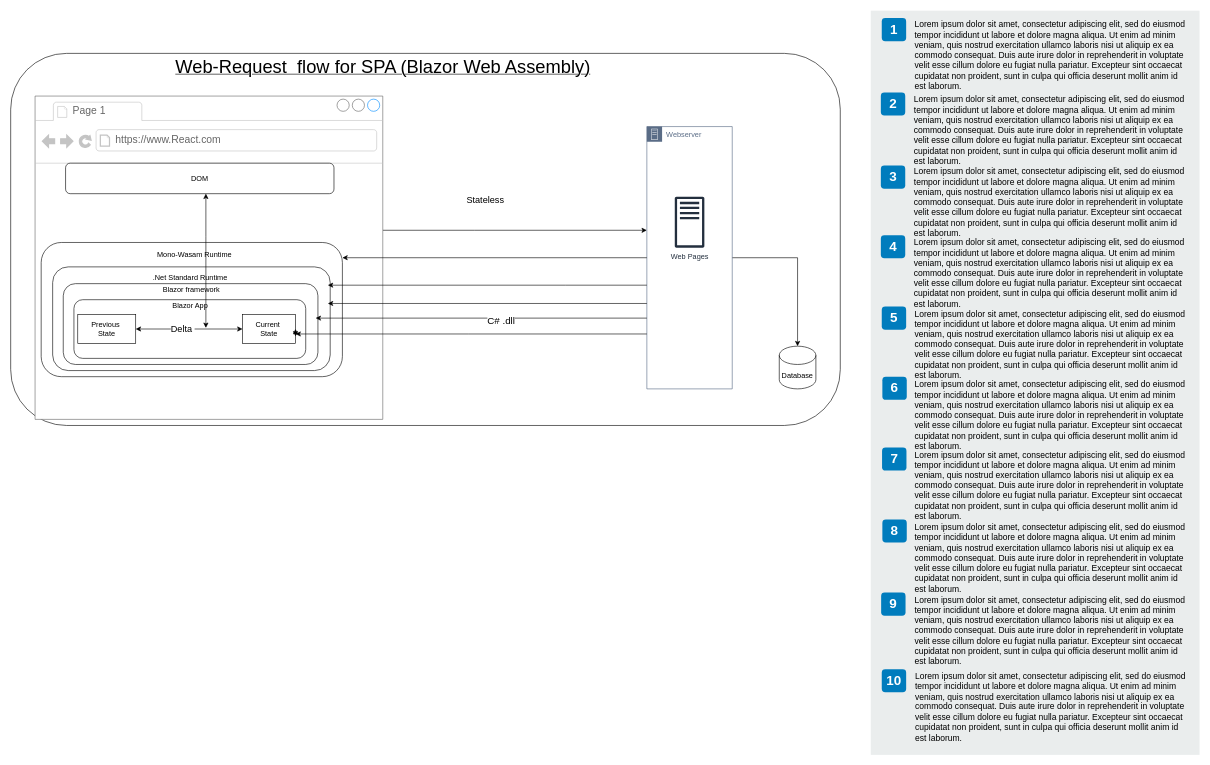
Before: page "Blazor -WASM" (3 of 4) of Untitled Diagram.drawio in KollaRajesh/AzTech-Blazor, a draw.io diagram. Source tidied: cells renumbered, new cells numbered last; positions are measured from the earlier drawing's top-left corner, leaving out a move shared by most shapes. Both pictures are drawn from the tidied source at 61%, with x=0, y=0 at pixel (10, 10).
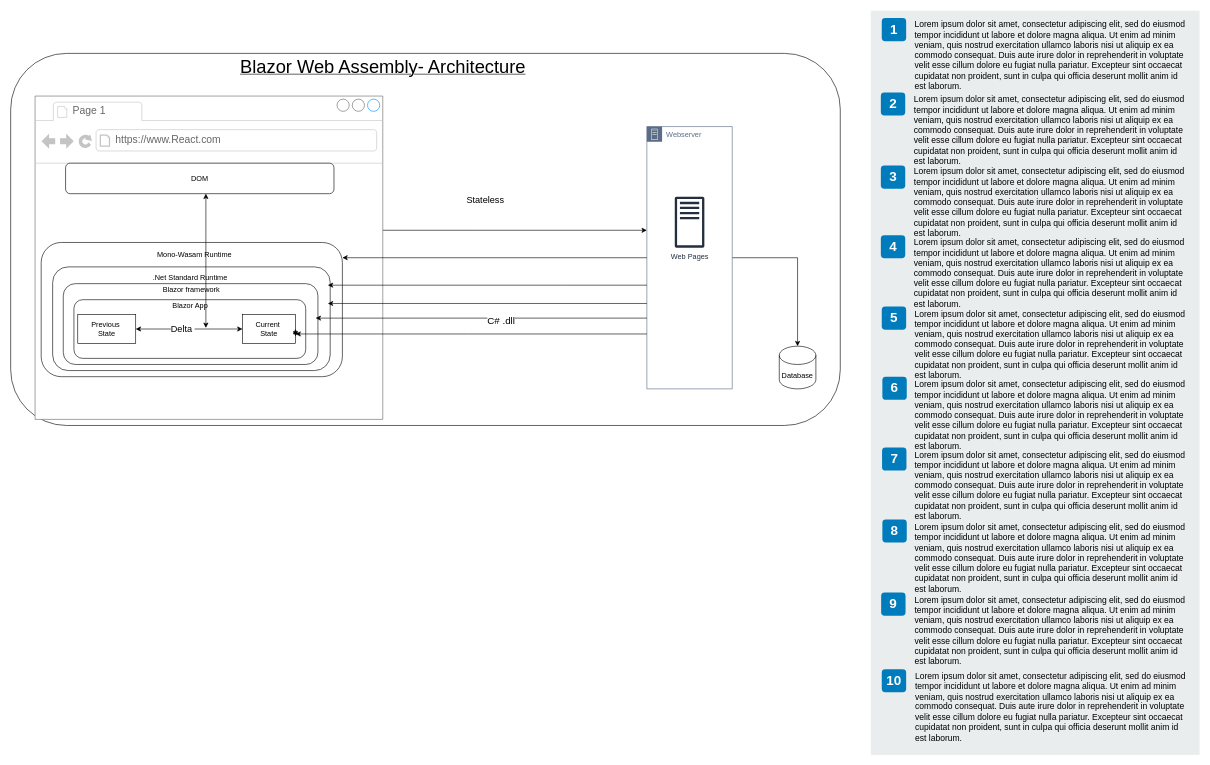
The same diagram, later.

What changed in the source:
```diff
@@
-    <mxCell id="6" value="&lt;font style=&quot;font-size: 30px&quot;&gt;Web-Request&amp;nbsp; flow for SPA (Blazor Web Assembly)&lt;br&gt;&lt;br&gt;&lt;/font&gt;" style="text;html=1;align=center;verticalAlign=middle;fillColor=none;strokeColor=none;rounded=0;fontStyle=4;" parent="1" vertex="1">
-      <mxGeometry x="260" y="84.5" width="700" height="50" as="geometry" />
+    <mxCell id="6" value="&lt;font style=&quot;font-size: 30px&quot;&gt;Blazor Web Assembly- Architecture&lt;br&gt;&lt;br&gt;&lt;/font&gt;" style="text;html=1;align=center;verticalAlign=middle;fillColor=none;strokeColor=none;rounded=0;fontStyle=4;" parent="1" vertex="1">
+      <mxGeometry x="370" y="84.5" width="480" height="50" as="geometry" />
     </mxCell>
```
